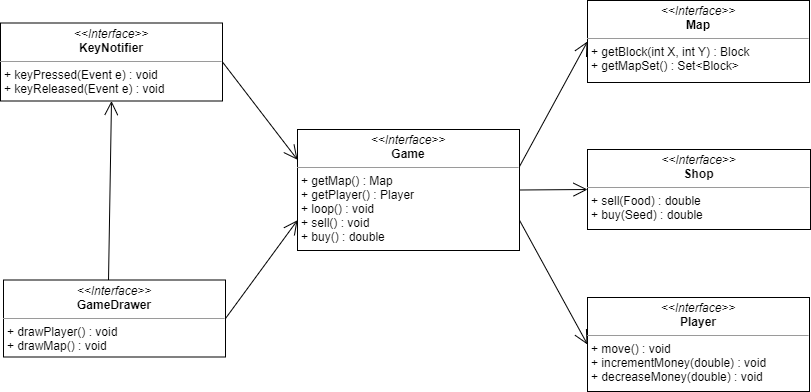
The draw.io diagram Relazione/img/UML_2-1.png in Federaffo/OOP20-FarmingSimulator, before a commit. Source tidied: cells renumbered, new cells last; positions are measured from the earlier drawing's top-left corner, leaving out a move shared by most shapes.
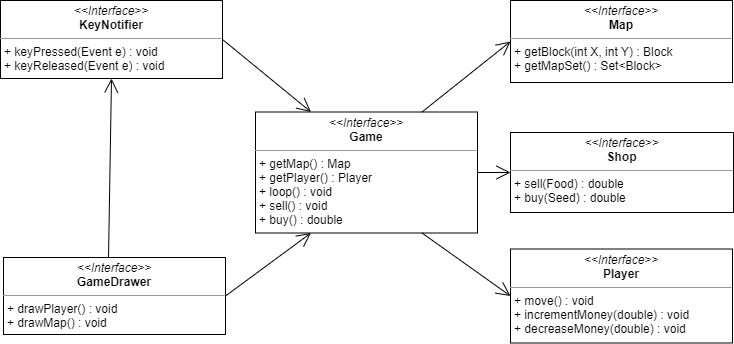
The same file after the commit.

What changed in the source:
```diff
@@ -3,40 +3,40 @@
     <mxCell id="0" />
     <mxCell id="1" parent="0" />
     <mxCell id="2" value="&lt;p style=&quot;margin: 0px ; margin-top: 4px ; text-align: center&quot;&gt;&lt;i&gt;&amp;lt;&amp;lt;Interface&amp;gt;&amp;gt;&lt;/i&gt;&lt;br&gt;&lt;b&gt;Player&lt;/b&gt;&lt;/p&gt;&lt;hr size=&quot;1&quot;&gt;&lt;p style=&quot;margin: 0px ; margin-left: 4px&quot;&gt;+ move() : void&lt;/p&gt;&lt;p style=&quot;margin: 0px ; margin-left: 4px&quot;&gt;+ incrementMoney(double) : void&lt;/p&gt;&lt;p style=&quot;margin: 0px ; margin-left: 4px&quot;&gt;+ decreaseMoney(double) : void&lt;/p&gt;&lt;p style=&quot;margin: 0px ; margin-left: 4px&quot;&gt;&lt;br&gt;&lt;/p&gt;" style="verticalAlign=top;align=left;overflow=fill;fontSize=12;fontFamily=Helvetica;html=1;" parent="1" vertex="1">
-      <mxGeometry x="587" y="297" width="222" height="94" as="geometry" />
+      <mxGeometry x="555" y="265.5" width="222" height="94" as="geometry" />
     </mxCell>
     <mxCell id="3" value="&lt;p style=&quot;margin: 0px ; margin-top: 4px ; text-align: center&quot;&gt;&lt;i&gt;&amp;lt;&amp;lt;Interface&amp;gt;&amp;gt;&lt;/i&gt;&lt;br&gt;&lt;b&gt;Game&lt;/b&gt;&lt;/p&gt;&lt;hr size=&quot;1&quot;&gt;&lt;p style=&quot;margin: 0px ; margin-left: 4px&quot;&gt;+ getMap() : Map&lt;/p&gt;&lt;p style=&quot;margin: 0px ; margin-left: 4px&quot;&gt;+ getPlayer() : Player&lt;/p&gt;&lt;p style=&quot;margin: 0px ; margin-left: 4px&quot;&gt;+ loop() : void&lt;/p&gt;&lt;p style=&quot;margin: 0px ; margin-left: 4px&quot;&gt;+ sell() : void&lt;/p&gt;&lt;p style=&quot;margin: 0px ; margin-left: 4px&quot;&gt;+ buy() : double&lt;/p&gt;&lt;p style=&quot;margin: 0px ; margin-left: 4px&quot;&gt;&lt;br&gt;&lt;/p&gt;&lt;p style=&quot;margin: 0px ; margin-left: 4px&quot;&gt;&lt;br&gt;&lt;/p&gt;" style="verticalAlign=top;align=left;overflow=fill;fontSize=12;fontFamily=Helvetica;html=1;" parent="1" vertex="1">
-      <mxGeometry x="297" y="129" width="222" height="121" as="geometry" />
+      <mxGeometry x="300" y="128.5" width="222" height="121" as="geometry" />
     </mxCell>
     <mxCell id="4" value="&lt;p style=&quot;margin: 0px ; margin-top: 4px ; text-align: center&quot;&gt;&lt;i&gt;&amp;lt;&amp;lt;Interface&amp;gt;&amp;gt;&lt;/i&gt;&lt;br&gt;&lt;b&gt;GameDrawer&lt;/b&gt;&lt;/p&gt;&lt;hr size=&quot;1&quot;&gt;&lt;p style=&quot;margin: 0px ; margin-left: 4px&quot;&gt;+ drawPlayer() : void&lt;/p&gt;&lt;p style=&quot;margin: 0px ; margin-left: 4px&quot;&gt;+ drawMap() : void&lt;/p&gt;&lt;p style=&quot;margin: 0px ; margin-left: 4px&quot;&gt;&lt;br&gt;&lt;/p&gt;" style="verticalAlign=top;align=left;overflow=fill;fontSize=12;fontFamily=Helvetica;html=1;" parent="1" vertex="1">
-      <mxGeometry x="3" y="279.5" width="222" height="77" as="geometry" />
+      <mxGeometry x="48" y="274" width="222" height="77" as="geometry" />
     </mxCell>
     <mxCell id="5" value="&lt;p style=&quot;margin: 0px ; margin-top: 4px ; text-align: center&quot;&gt;&lt;i&gt;&amp;lt;&amp;lt;Interface&amp;gt;&amp;gt;&lt;/i&gt;&lt;br&gt;&lt;b&gt;KeyNotifier&lt;/b&gt;&lt;/p&gt;&lt;hr size=&quot;1&quot;&gt;&lt;p style=&quot;margin: 0px ; margin-left: 4px&quot;&gt;+ keyPressed(Event e) : void&lt;/p&gt;&lt;p style=&quot;margin: 0px ; margin-left: 4px&quot;&gt;+ keyReleased(Event e) : void&lt;br&gt;&lt;/p&gt;" style="verticalAlign=top;align=left;overflow=fill;fontSize=12;fontFamily=Helvetica;html=1;" parent="1" vertex="1">
-      <mxGeometry y="22.5" width="222" height="78" as="geometry" />
+      <mxGeometry x="45" y="17" width="222" height="78" as="geometry" />
     </mxCell>
     <mxCell id="6" value="&lt;p style=&quot;margin: 0px ; margin-top: 4px ; text-align: center&quot;&gt;&lt;i&gt;&amp;lt;&amp;lt;Interface&amp;gt;&amp;gt;&lt;/i&gt;&lt;br&gt;&lt;b&gt;Map&lt;/b&gt;&lt;/p&gt;&lt;hr size=&quot;1&quot;&gt;&lt;p style=&quot;margin: 0px ; margin-left: 4px&quot;&gt;+ getBlock(int X, int Y) : Block&lt;/p&gt;&lt;p style=&quot;margin: 0px ; margin-left: 4px&quot;&gt;+ getMapSet() : Set&amp;lt;Block&amp;gt;&lt;/p&gt;&lt;p style=&quot;margin: 0px ; margin-left: 4px&quot;&gt;&lt;br&gt;&lt;/p&gt;" style="verticalAlign=top;align=left;overflow=fill;fontSize=12;fontFamily=Helvetica;html=1;" parent="1" vertex="1">
-      <mxGeometry x="587" width="222" height="82" as="geometry" />
+      <mxGeometry x="555" y="17" width="222" height="82" as="geometry" />
     </mxCell>
-    <mxCell id="7" style="endArrow=open;endFill=1;endSize=12;html=1;exitX=1;exitY=0.5;exitDx=0;exitDy=0;entryX=0;entryY=0.75;entryDx=0;entryDy=0;" parent="1" edge="1" source="4" target="3">
+    <mxCell id="7" style="endArrow=open;endFill=1;endSize=12;html=1;exitX=1;exitY=0.5;exitDx=0;exitDy=0;entryX=0.25;entryY=1;entryDx=0;entryDy=0;" parent="1" edge="1" source="4" target="3">
       <mxGeometry relative="1" as="geometry" />
     </mxCell>
     <mxCell id="8" style="endArrow=open;endFill=1;endSize=12;html=1;exitX=0.473;exitY=0;exitDx=0;exitDy=0;exitPerimeter=0;entryX=0.5;entryY=1;entryDx=0;entryDy=0;" parent="1" edge="1" source="4" target="5">
       <mxGeometry relative="1" as="geometry" />
     </mxCell>
-    <mxCell id="9" style="endArrow=open;endFill=1;endSize=12;html=1;exitX=1;exitY=0.306;exitDx=0;exitDy=0;exitPerimeter=0;entryX=0;entryY=0.5;entryDx=0;entryDy=0;" parent="1" edge="1" source="3" target="6">
+    <mxCell id="9" style="endArrow=open;endFill=1;endSize=12;html=1;exitX=0.75;exitY=0;exitDx=0;exitDy=0;entryX=0;entryY=0.5;entryDx=0;entryDy=0;" parent="1" edge="1" source="3" target="6">
       <mxGeometry relative="1" as="geometry" />
     </mxCell>
-    <mxCell id="10" style="endArrow=open;endFill=1;endSize=12;html=1;exitX=1;exitY=0.75;exitDx=0;exitDy=0;entryX=0;entryY=0.5;entryDx=0;entryDy=0;" parent="1" edge="1" source="3" target="2">
+    <mxCell id="10" style="endArrow=open;endFill=1;endSize=12;html=1;exitX=0.75;exitY=1;exitDx=0;exitDy=0;entryX=0;entryY=0.5;entryDx=0;entryDy=0;" parent="1" edge="1" source="3" target="2">
       <mxGeometry relative="1" as="geometry" />
     </mxCell>
-    <mxCell id="11" style="endArrow=open;endFill=1;endSize=12;html=1;exitX=1;exitY=0.5;exitDx=0;exitDy=0;entryX=0;entryY=0.25;entryDx=0;entryDy=0;" parent="1" edge="1" source="5" target="3">
+    <mxCell id="11" style="endArrow=open;endFill=1;endSize=12;html=1;exitX=1;exitY=0.5;exitDx=0;exitDy=0;entryX=0.25;entryY=0;entryDx=0;entryDy=0;" parent="1" edge="1" source="5" target="3">
       <mxGeometry relative="1" as="geometry" />
     </mxCell>
     <mxCell id="12" style="endArrow=open;endFill=1;endSize=12;html=1;exitX=1;exitY=0.5;exitDx=0;exitDy=0;entryX=0;entryY=0.5;entryDx=0;entryDy=0;" parent="1" edge="1" source="3" target="13">
       <mxGeometry relative="1" as="geometry" />
     </mxCell>
     <mxCell id="13" value="&lt;p style=&quot;margin: 0px ; margin-top: 4px ; text-align: center&quot;&gt;&lt;i&gt;&amp;lt;&amp;lt;Interface&amp;gt;&amp;gt;&lt;/i&gt;&lt;br&gt;&lt;b&gt;Shop&lt;/b&gt;&lt;/p&gt;&lt;hr size=&quot;1&quot;&gt;&lt;p style=&quot;margin: 0px ; margin-left: 4px&quot;&gt;+ sell(Food) : double&lt;/p&gt;&lt;p style=&quot;margin: 0px ; margin-left: 4px&quot;&gt;+ buy(Seed) : double&lt;/p&gt;" style="verticalAlign=top;align=left;overflow=fill;fontSize=12;fontFamily=Helvetica;html=1;" parent="1" vertex="1">
-      <mxGeometry x="587" y="149" width="223" height="80" as="geometry" />
+      <mxGeometry x="555" y="149" width="223" height="80" as="geometry" />
     </mxCell>
   </root>
 </mxGraphModel>
```
